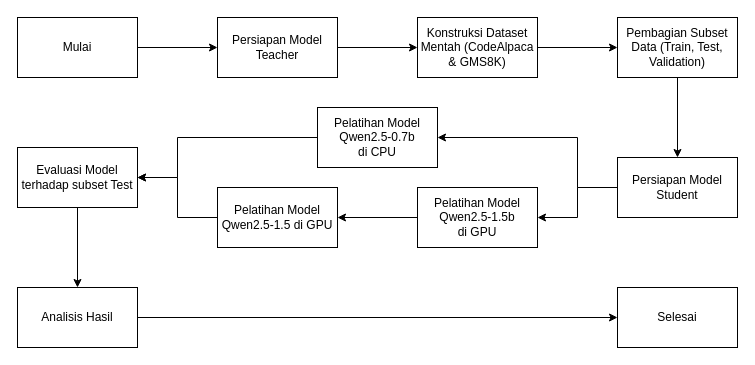
Above: workflo.drawio in alfiwillianz/datathon-2025 (draw.io), before the change. Source tidied: cells renumbered, new cells numbered last; positions are measured from the earlier drawing's top-left corner, leaving out a move shared by most shapes. Both pictures are drawn from the tidied source at 100%, with x=0, y=0 at pixel (17, 17).
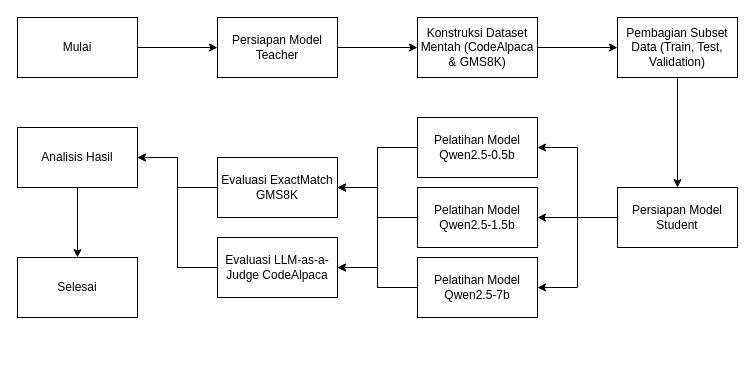
Above is the later version.

What changed in the source:
```diff
@@
-    <mxCell id="10" style="edgeStyle=orthogonalEdgeStyle;rounded=0;jettySize=auto;html=1;" parent="1" edge="1" source="11" target="17">
-      <mxGeometry relative="1" as="geometry">
-        <Array as="points">
-          <mxPoint x="160" y="120" />
-          <mxPoint x="160" y="160" />
-        </Array>
-      </mxGeometry>
-    </mxCell>
+    <mxCell id="24" style="edgeStyle=orthogonalEdgeStyle;rounded=0;jettySize=auto;html=1;" parent="1" edge="1" source="11" target="31">
+      <mxGeometry relative="1" as="geometry" />
+    </mxCell>
+    <mxCell id="25" style="edgeStyle=orthogonalEdgeStyle;rounded=0;jettySize=auto;html=1;entryX=1;entryY=0.5;entryDx=0;entryDy=0;" parent="1" edge="1" source="11" target="33">
+      <mxGeometry relative="1" as="geometry" />
+    </mxCell>
-    <mxCell id="11" value="Pelatihan Model Qwen2.5-0.7b&lt;br&gt;di CPU" style="rounded=0;whiteSpace=wrap;html=1;" parent="1" vertex="1">
-      <mxGeometry x="300" y="90" width="120" height="60" as="geometry" />
+    <mxCell id="11" value="Pelatihan Model Qwen2.5-0.5b" style="rounded=0;whiteSpace=wrap;html=1;" parent="1" vertex="1">
+      <mxGeometry x="400" y="100" width="120" height="60" as="geometry" />
     </mxCell>
-    <mxCell id="12" style="edgeStyle=orthogonalEdgeStyle;rounded=0;jettySize=auto;html=1;entryX=1;entryY=0.5;entryDx=0;entryDy=0;" parent="1" edge="1" source="13" target="15">
-      <mxGeometry relative="1" as="geometry" />
-    </mxCell>
+    <mxCell id="26" style="edgeStyle=orthogonalEdgeStyle;rounded=0;jettySize=auto;html=1;entryX=1;entryY=0.5;entryDx=0;entryDy=0;" parent="1" edge="1" source="13" target="31">
+      <mxGeometry relative="1" as="geometry" />
+    </mxCell>
-    <mxCell id="13" value="Pelatihan Model Qwen2.5-1.5b&lt;br&gt;di GPU" style="rounded=0;whiteSpace=wrap;html=1;" parent="1" vertex="1">
+    <mxCell id="13" value="Pelatihan Model Qwen2.5-1.5b" style="rounded=0;whiteSpace=wrap;html=1;" parent="1" vertex="1">
       <mxGeometry x="400" y="170" width="120" height="60" as="geometry" />
     </mxCell>
-    <mxCell id="14" style="edgeStyle=orthogonalEdgeStyle;rounded=0;jettySize=auto;html=1;" parent="1" edge="1" source="15" target="17">
-      <mxGeometry relative="1" as="geometry" />
-    </mxCell>
+    <mxCell id="27" style="edgeStyle=orthogonalEdgeStyle;rounded=0;jettySize=auto;html=1;" parent="1" edge="1" source="15" target="33">
+      <mxGeometry relative="1" as="geometry" />
+    </mxCell>
+    <mxCell id="28" style="edgeStyle=orthogonalEdgeStyle;rounded=0;jettySize=auto;html=1;entryX=1;entryY=0.5;entryDx=0;entryDy=0;" parent="1" edge="1" source="15" target="31">
+      <mxGeometry relative="1" as="geometry" />
+    </mxCell>
-    <mxCell id="15" value="Pelatihan Model Qwen2.5-1.5 di GPU" style="rounded=0;whiteSpace=wrap;html=1;" parent="1" vertex="1">
-      <mxGeometry x="200" y="170" width="120" height="60" as="geometry" />
+    <mxCell id="15" value="Pelatihan Model Qwen2.5-7b" style="rounded=0;whiteSpace=wrap;html=1;" parent="1" vertex="1">
+      <mxGeometry x="400" y="240" width="120" height="60" as="geometry" />
     </mxCell>
-    <mxCell id="16" style="edgeStyle=orthogonalEdgeStyle;rounded=0;jettySize=auto;html=1;" parent="1" edge="1" source="17" target="19">
-      <mxGeometry relative="1" as="geometry" />
-    </mxCell>
-    <mxCell id="17" value="Evaluasi Model terhadap subset Test" style="rounded=0;whiteSpace=wrap;html=1;" parent="1" vertex="1">
-      <mxGeometry y="130" width="120" height="60" as="geometry" />
-    </mxCell>
+    <mxCell id="22" style="edgeStyle=orthogonalEdgeStyle;rounded=0;jettySize=auto;html=1;entryX=1;entryY=0.5;entryDx=0;entryDy=0;" parent="1" edge="1" source="23" target="11">
+      <mxGeometry relative="1" as="geometry" />
+    </mxCell>
+    <mxCell id="21" style="edgeStyle=orthogonalEdgeStyle;rounded=0;jettySize=auto;html=1;entryX=1;entryY=0.5;entryDx=0;entryDy=0;" parent="1" edge="1" source="23" target="13">
+      <mxGeometry relative="1" as="geometry" />
+    </mxCell>
+    <mxCell id="29" style="edgeStyle=orthogonalEdgeStyle;rounded=0;jettySize=auto;html=1;entryX=1;entryY=0.5;entryDx=0;entryDy=0;" parent="1" edge="1" source="23" target="15">
+      <mxGeometry relative="1" as="geometry" />
+    </mxCell>
+    <mxCell id="23" value="Persiapan Model Student" style="whiteSpace=wrap;html=1;rounded=0;" parent="1" vertex="1">
+      <mxGeometry x="600" y="170" width="120" height="60" as="geometry" />
+    </mxCell>
+    <mxCell id="30" style="edgeStyle=orthogonalEdgeStyle;rounded=0;jettySize=auto;html=1;" parent="1" edge="1" source="31" target="19">
+      <mxGeometry relative="1" as="geometry" />
+    </mxCell>
+    <mxCell id="31" value="Evaluasi ExactMatch GMS8K" style="whiteSpace=wrap;html=1;rounded=0;" parent="1" vertex="1">
+      <mxGeometry x="200" y="140" width="120" height="60" as="geometry" />
+    </mxCell>
+    <mxCell id="32" style="edgeStyle=orthogonalEdgeStyle;rounded=0;jettySize=auto;html=1;entryX=1;entryY=0.5;entryDx=0;entryDy=0;" parent="1" edge="1" source="33" target="19">
+      <mxGeometry relative="1" as="geometry" />
+    </mxCell>
+    <mxCell id="33" value="Evaluasi LLM-as-a-Judge CodeAlpaca" style="whiteSpace=wrap;html=1;rounded=0;" parent="1" vertex="1">
+      <mxGeometry x="200" y="220" width="120" height="60" as="geometry" />
+    </mxCell>
@@
     <mxCell id="19" value="Analisis Hasil" style="whiteSpace=wrap;html=1;rounded=0;" parent="1" vertex="1">
-      <mxGeometry y="270" width="120" height="60" as="geometry" />
+      <mxGeometry y="110" width="120" height="60" as="geometry" />
     </mxCell>
     <mxCell id="20" value="Selesai" style="whiteSpace=wrap;html=1;rounded=0;" parent="1" vertex="1">
-      <mxGeometry x="600" y="270" width="120" height="60" as="geometry" />
+      <mxGeometry y="240" width="120" height="60" as="geometry" />
     </mxCell>
-    <mxCell id="21" style="edgeStyle=orthogonalEdgeStyle;rounded=0;jettySize=auto;html=1;entryX=1;entryY=0.5;entryDx=0;entryDy=0;" parent="1" edge="1" source="23" target="13">
-      <mxGeometry relative="1" as="geometry" />
-    </mxCell>
-    <mxCell id="22" style="edgeStyle=orthogonalEdgeStyle;rounded=0;jettySize=auto;html=1;" parent="1" edge="1" source="23" target="11">
-      <mxGeometry relative="1" as="geometry">
-        <Array as="points">
-          <mxPoint x="560" y="170" />
-          <mxPoint x="560" y="120" />
-        </Array>
-      </mxGeometry>
-    </mxCell>
-    <mxCell id="23" value="Persiapan Model Student" style="whiteSpace=wrap;html=1;rounded=0;" parent="1" vertex="1">
-      <mxGeometry x="600" y="140" width="120" height="60" as="geometry" />
-    </mxCell>
```
